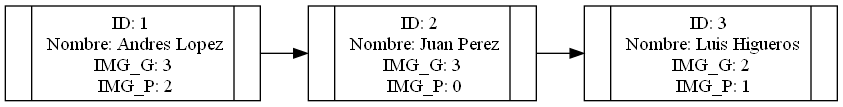
helenrodas/fase1ProyectoEdd keeps this Graphviz diagram as listaClientes.png. Above is the earlier version. Its source is kept beside it as listaClientes.dot. The source it was exported from:
```dot
 digraph G {
   node [shape=record];
   rankdir=LR
 "nodo    0"[label="{ |{ID:            1 \n Nombre: Andres Lopez\n IMG_G:            3 \n IMG_P:            2 }| }", fillcolor=white, style=filled];
 "nodo    1"[label="{ |{ID:            2 \n Nombre: Juan Perez\n IMG_G:            3 \n IMG_P:            0 }| }", fillcolor=white, style=filled];
 "nodo    2"[label="{ |{ID:            3 \n Nombre: Luis Higueros\n IMG_G:            2 \n IMG_P:            1 }| }", fillcolor=white, style=filled];
 "nodo    0"->"nodo    1"->"nodo    2"
 rankdir = LR
 }
```
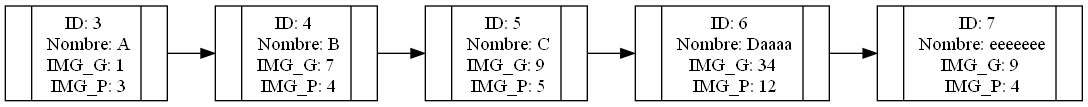
The same diagram one commit later.

The edit, as a diff of the source:
```diff
@@ -1,9 +1,11 @@
  digraph G {
    node [shape=record];
    rankdir=LR
- "nodo    0"[label="{ |{ID:            1 \n Nombre: Andres Lopez\n IMG_G:            3 \n IMG_P:            2 }| }", fillcolor=white, style=filled];
- "nodo    1"[label="{ |{ID:            2 \n Nombre: Juan Perez\n IMG_G:            3 \n IMG_P:            0 }| }", fillcolor=white, style=filled];
- "nodo    2"[label="{ |{ID:            3 \n Nombre: Luis Higueros\n IMG_G:            2 \n IMG_P:            1 }| }", fillcolor=white, style=filled];
- "nodo    0"->"nodo    1"->"nodo    2"
+ "nodo    0"[label="{ |{ID:            3 \n Nombre: A\n IMG_G:            1 \n IMG_P:            3 }| }", fillcolor=white, style=filled];
+ "nodo    1"[label="{ |{ID:            4 \n Nombre: B\n IMG_G:            7 \n IMG_P:            4 }| }", fillcolor=white, style=filled];
+ "nodo    2"[label="{ |{ID:            5 \n Nombre: C\n IMG_G:            9 \n IMG_P:            5 }| }", fillcolor=white, style=filled];
+ "nodo    3"[label="{ |{ID:            6 \n Nombre: Daaaa\n IMG_G:           34 \n IMG_P:           12 }| }", fillcolor=white, style=filled];
+ "nodo    4"[label="{ |{ID:            7 \n Nombre: eeeeeee\n IMG_G:            9 \n IMG_P:            4 }| }", fillcolor=white, style=filled];
+ "nodo    0"->"nodo    1"->"nodo    2"->"nodo    3"->"nodo    4"
  rankdir = LR
  }
```
